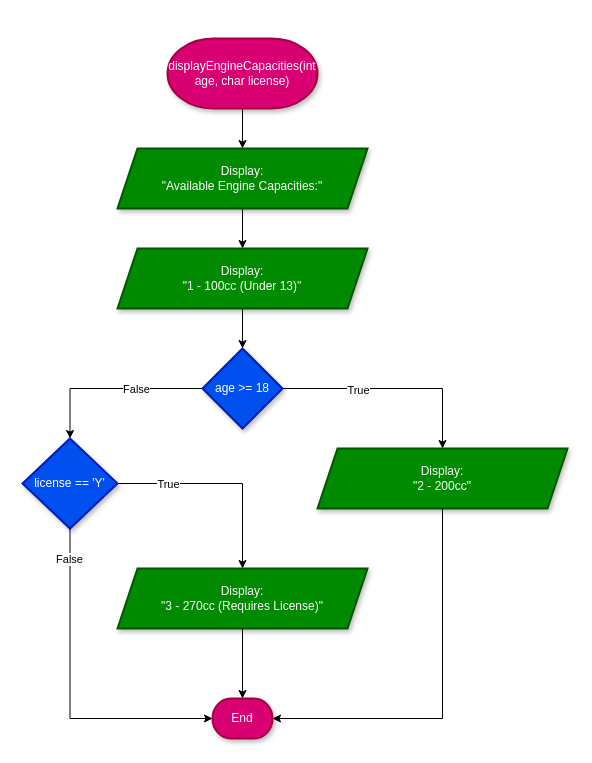
Before: Flowcharts (draw.io)/06. displayEngineCapacities.drawio in shahxvi/csc126-group-project, a draw.io diagram. Source tidied: cells renumbered, new cells numbered last; positions are measured from the earlier drawing's top-left corner, leaving out a move shared by most shapes. Both pictures are drawn from the tidied source at 100%, with x=0, y=0 at pixel (22, 38).
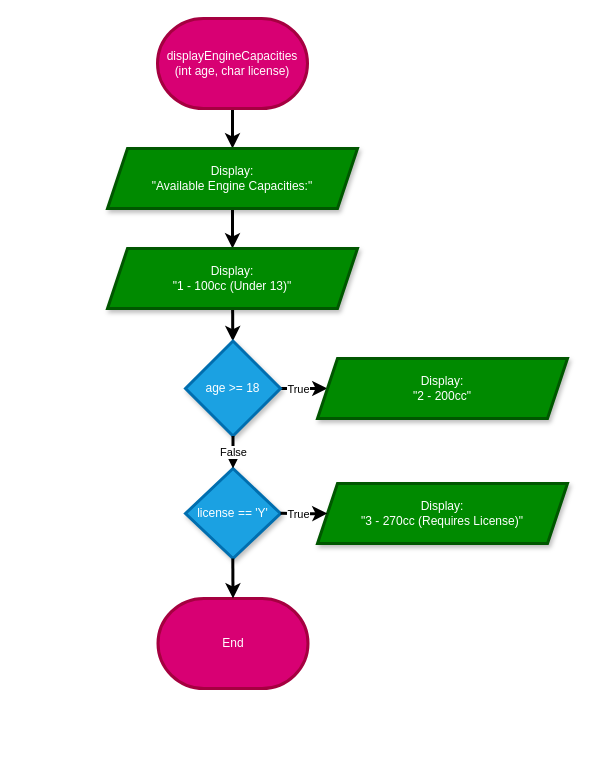
After the change.

Change to the diagram source:
```diff
@@
-    <mxCell id="2" style="edgeStyle=orthogonalEdgeStyle;rounded=0;jettySize=auto;html=1;" parent="1" edge="1" source="3" target="5">
-      <mxGeometry relative="1" as="geometry" />
+    <mxCell id="2" style="rounded=0;jettySize=auto;html=1;strokeWidth=3;" parent="1" edge="1" target="5">
+      <mxGeometry relative="1" as="geometry">
+        <mxPoint x="210" y="70" as="sourcePoint" />
+      </mxGeometry>
     </mxCell>
-    <mxCell id="3" value="displayEngineCapacities(int age, char license)" style="strokeWidth=2;html=1;shape=mxgraph.flowchart.terminator;whiteSpace=wrap;fillColor=#d80073;fontColor=#ffffff;strokeColor=#A50040;shadow=1;" parent="1" vertex="1">
-      <mxGeometry x="145" width="150" height="70" as="geometry" />
-    </mxCell>
-    <mxCell id="4" style="edgeStyle=orthogonalEdgeStyle;rounded=0;jettySize=auto;html=1;" parent="1" edge="1" source="5" target="7">
+    <mxCell id="4" style="edgeStyle=orthogonalEdgeStyle;rounded=0;jettySize=auto;html=1;strokeWidth=3;" parent="1" edge="1" source="5" target="7">
       <mxGeometry relative="1" as="geometry" />
     </mxCell>
-    <mxCell id="5" value="Display:&lt;div&gt;&quot;Available Engine Capacities:&quot;&lt;/div&gt;" style="shape=parallelogram;perimeter=parallelogramPerimeter;whiteSpace=wrap;html=1;fixedSize=1;fillColor=#008a00;strokeColor=#005700;fontColor=#ffffff;strokeWidth=2;shadow=1;" parent="1" vertex="1">
-      <mxGeometry x="95" y="110" width="250" height="60" as="geometry" />
+    <mxCell id="5" value="&lt;font style=&quot;color: rgb(255, 255, 255);&quot;&gt;Display:&lt;/font&gt;&lt;div&gt;&lt;font style=&quot;color: rgb(255, 255, 255);&quot;&gt;&quot;Available Engine Capacities:&quot;&lt;/font&gt;&lt;/div&gt;" style="shape=parallelogram;perimeter=parallelogramPerimeter;whiteSpace=wrap;html=1;fixedSize=1;fillColor=#008a00;strokeColor=#005700;fontColor=#ffffff;strokeWidth=3;shadow=1;" parent="1" vertex="1">
+      <mxGeometry x="85" y="110" width="250" height="60" as="geometry" />
     </mxCell>
-    <mxCell id="6" style="edgeStyle=orthogonalEdgeStyle;rounded=0;jettySize=auto;html=1;" parent="1" edge="1" source="7" target="12">
+    <mxCell id="6" style="rounded=0;jettySize=auto;html=1;strokeWidth=3;" parent="1" edge="1" source="7" target="12">
       <mxGeometry relative="1" as="geometry" />
     </mxCell>
-    <mxCell id="7" value="Display:&lt;div&gt;&quot;1 - 100cc (Under 13)&quot;&lt;/div&gt;" style="shape=parallelogram;perimeter=parallelogramPerimeter;whiteSpace=wrap;html=1;fixedSize=1;fillColor=#008a00;strokeColor=#005700;fontColor=#ffffff;strokeWidth=2;shadow=1;" parent="1" vertex="1">
-      <mxGeometry x="95" y="210" width="250" height="60" as="geometry" />
+    <mxCell id="7" value="&lt;font style=&quot;color: rgb(255, 255, 255);&quot;&gt;Display:&lt;/font&gt;&lt;div&gt;&lt;font style=&quot;color: rgb(255, 255, 255);&quot;&gt;&quot;1 - 100cc (Under 13)&quot;&lt;/font&gt;&lt;/div&gt;" style="shape=parallelogram;perimeter=parallelogramPerimeter;whiteSpace=wrap;html=1;fixedSize=1;fillColor=#008a00;strokeColor=#005700;fontColor=#ffffff;strokeWidth=3;shadow=1;" parent="1" vertex="1">
+      <mxGeometry x="85" y="210" width="250" height="60" as="geometry" />
     </mxCell>
-    <mxCell id="8" style="edgeStyle=orthogonalEdgeStyle;rounded=0;jettySize=auto;html=1;" parent="1" edge="1" source="12" target="13">
+    <mxCell id="8" style="edgeStyle=orthogonalEdgeStyle;rounded=0;jettySize=auto;html=1;strokeWidth=3;" parent="1" edge="1" source="12" target="13">
       <mxGeometry relative="1" as="geometry" />
     </mxCell>
     <mxCell id="9" value="True" style="edgeLabel;html=1;align=center;verticalAlign=middle;" parent="8" vertex="1">
       <mxGeometry x="-0.38" y="-1" relative="1" as="geometry">
-        <mxPoint x="7" as="offset" />
+        <mxPoint x="1" y="-1" as="offset" />
       </mxGeometry>
     </mxCell>
-    <mxCell id="10" style="edgeStyle=orthogonalEdgeStyle;rounded=0;jettySize=auto;html=1;" parent="1" edge="1" source="12" target="16">
-      <mxGeometry relative="1" as="geometry" />
-    </mxCell>
-    <mxCell id="11" value="False" style="edgeLabel;html=1;align=center;verticalAlign=middle;" parent="10" vertex="1">
-      <mxGeometry x="-0.22" y="4" relative="1" as="geometry">
-        <mxPoint x="4" y="-4" as="offset" />
-      </mxGeometry>
-    </mxCell>
-    <mxCell id="12" value="age &amp;gt;= 18" style="rhombus;whiteSpace=wrap;html=1;fillColor=#0050ef;strokeColor=#001DBC;fontColor=#ffffff;strokeWidth=2;shadow=1;" parent="1" vertex="1">
-      <mxGeometry x="180" y="310" width="80" height="80" as="geometry" />
+    <mxCell id="12" value="age &amp;gt;= 18" style="rhombus;whiteSpace=wrap;html=1;fillColor=#1ba1e2;strokeColor=#006EAF;fontColor=#ffffff;strokeWidth=3;shadow=1;" parent="1" vertex="1">
+      <mxGeometry x="163" y="302.5" width="95" height="95" as="geometry" />
     </mxCell>
-    <mxCell id="13" value="Display:&lt;div&gt;&quot;2 - 200cc&quot;&lt;/div&gt;" style="shape=parallelogram;perimeter=parallelogramPerimeter;whiteSpace=wrap;html=1;fixedSize=1;fillColor=#008a00;strokeColor=#005700;fontColor=#ffffff;strokeWidth=2;shadow=1;" parent="1" vertex="1">
-      <mxGeometry x="295" y="410" width="250" height="60" as="geometry" />
+    <mxCell id="13" value="&lt;font style=&quot;color: rgb(255, 255, 255);&quot;&gt;Display:&lt;/font&gt;&lt;div&gt;&lt;font style=&quot;color: rgb(255, 255, 255);&quot;&gt;&quot;2 - 200cc&quot;&lt;/font&gt;&lt;/div&gt;" style="shape=parallelogram;perimeter=parallelogramPerimeter;whiteSpace=wrap;html=1;fixedSize=1;fillColor=#008a00;strokeColor=#005700;fontColor=#ffffff;strokeWidth=3;shadow=1;" parent="1" vertex="1">
+      <mxGeometry x="295" y="320" width="250" height="60" as="geometry" />
     </mxCell>
-    <mxCell id="14" style="edgeStyle=orthogonalEdgeStyle;rounded=0;jettySize=auto;html=1;exitX=1;exitY=0.5;exitDx=0;exitDy=0;" parent="1" edge="1" source="16" target="17">
-      <mxGeometry relative="1" as="geometry" />
-    </mxCell>
-    <mxCell id="15" value="True" style="edgeLabel;html=1;align=center;verticalAlign=middle;" parent="14" vertex="1">
-      <mxGeometry x="-0.52" relative="1" as="geometry" />
-    </mxCell>
-    <mxCell id="16" value="license == 'Y'" style="rhombus;whiteSpace=wrap;html=1;fillColor=#0050ef;strokeColor=#001DBC;fontColor=#ffffff;strokeWidth=2;shadow=1;" parent="1" vertex="1">
-      <mxGeometry y="400" width="95" height="90" as="geometry" />
+    <mxCell id="16" value="license == 'Y'" style="rhombus;whiteSpace=wrap;html=1;fillColor=#1ba1e2;strokeColor=#006EAF;fontColor=#ffffff;strokeWidth=3;shadow=1;" parent="1" vertex="1">
+      <mxGeometry x="163" y="430" width="95" height="90" as="geometry" />
     </mxCell>
-    <mxCell id="17" value="Display:&lt;div&gt;&quot;3 - 270cc (Requires License)&quot;&lt;/div&gt;" style="shape=parallelogram;perimeter=parallelogramPerimeter;whiteSpace=wrap;html=1;fixedSize=1;fillColor=#008a00;strokeColor=#005700;fontColor=#ffffff;strokeWidth=2;shadow=1;" parent="1" vertex="1">
-      <mxGeometry x="95" y="530" width="250" height="60" as="geometry" />
+    <mxCell id="17" value="&lt;font style=&quot;color: rgb(255, 255, 255);&quot;&gt;Display:&lt;/font&gt;&lt;div&gt;&lt;font style=&quot;color: rgb(255, 255, 255);&quot;&gt;&quot;3 - 270cc (Requires License)&quot;&lt;/font&gt;&lt;/div&gt;" style="shape=parallelogram;perimeter=parallelogramPerimeter;whiteSpace=wrap;html=1;fixedSize=1;fillColor=#008a00;strokeColor=#005700;fontColor=#ffffff;strokeWidth=3;shadow=1;" parent="1" vertex="1">
+      <mxGeometry x="295" y="445" width="250" height="60" as="geometry" />
     </mxCell>
+    <mxCell id="23" value="&lt;span style=&quot;color: rgb(255, 255, 255);&quot;&gt;displayEngineCapacities&lt;br&gt;(int age, char license)&lt;/span&gt;" style="strokeWidth=3;html=1;shape=mxgraph.flowchart.terminator;whiteSpace=wrap;fillColor=#d80073;fontColor=#ffffff;strokeColor=#A50040;" parent="1" vertex="1">
+      <mxGeometry x="135" y="-20" width="150" height="90" as="geometry" />
+    </mxCell>
+    <mxCell id="24" style="edgeStyle=orthogonalEdgeStyle;rounded=0;orthogonalLoop=1;jettySize=auto;html=1;strokeWidth=3;" parent="1" edge="1">
+      <mxGeometry relative="1" as="geometry">
+        <mxPoint x="258" y="474.8" as="sourcePoint" />
+        <mxPoint x="305" y="475" as="targetPoint" />
+      </mxGeometry>
+    </mxCell>
+    <mxCell id="15" value="True" style="edgeLabel;html=1;align=center;verticalAlign=middle;" parent="24" vertex="1">
+      <mxGeometry x="-0.38" y="-1" relative="1" as="geometry">
+        <mxPoint x="3" y="-1" as="offset" />
+      </mxGeometry>
+    </mxCell>
+    <mxCell id="10" value="False" style="edgeStyle=none;jettySize=auto;html=1;exitX=0.5;exitY=1;exitDx=0;exitDy=0;entryX=0.5;entryY=0;entryDx=0;entryDy=0;strokeWidth=3;" parent="1" edge="1" source="12" target="16">
+      <mxGeometry relative="1" as="geometry" />
+    </mxCell>
-    <mxCell id="18" value="End" style="strokeWidth=2;html=1;shape=mxgraph.flowchart.terminator;whiteSpace=wrap;fillColor=#d80073;fontColor=#ffffff;strokeColor=#A50040;shadow=1;" parent="1" vertex="1">
-      <mxGeometry x="190" y="660" width="60" height="40" as="geometry" />
+    <mxCell id="18" value="End" style="strokeWidth=3;html=1;shape=mxgraph.flowchart.terminator;whiteSpace=wrap;fillColor=#d80073;fontColor=#ffffff;strokeColor=#A50040;" parent="1" vertex="1">
+      <mxGeometry x="135.5" y="560" width="150" height="90" as="geometry" />
     </mxCell>
-    <mxCell id="19" style="edgeStyle=orthogonalEdgeStyle;rounded=0;jettySize=auto;html=1;exitX=0.5;exitY=1;exitDx=0;exitDy=0;entryX=0;entryY=0.5;entryDx=0;entryDy=0;entryPerimeter=0;" parent="1" edge="1" source="16" target="18">
-      <mxGeometry relative="1" as="geometry" />
-    </mxCell>
-    <mxCell id="20" value="False" style="edgeLabel;html=1;align=center;verticalAlign=middle;" parent="19" vertex="1">
-      <mxGeometry x="-0.82" y="-1" relative="1" as="geometry" />
-    </mxCell>
-    <mxCell id="21" style="edgeStyle=orthogonalEdgeStyle;rounded=0;jettySize=auto;html=1;exitX=0.5;exitY=1;exitDx=0;exitDy=0;entryX=0.5;entryY=0;entryDx=0;entryDy=0;entryPerimeter=0;" parent="1" edge="1" source="17" target="18">
-      <mxGeometry relative="1" as="geometry" />
-    </mxCell>
-    <mxCell id="22" style="edgeStyle=orthogonalEdgeStyle;rounded=0;jettySize=auto;html=1;exitX=0.5;exitY=1;exitDx=0;exitDy=0;entryX=1;entryY=0.5;entryDx=0;entryDy=0;entryPerimeter=0;" parent="1" edge="1" source="13" target="18">
-      <mxGeometry relative="1" as="geometry" />
-    </mxCell>
+    <mxCell id="25" style="rounded=0;jettySize=auto;html=1;strokeWidth=3;entryX=0.5;entryY=0;entryDx=0;entryDy=0;entryPerimeter=0;" parent="1" edge="1" target="18">
+      <mxGeometry relative="1" as="geometry">
+        <mxPoint x="210.3" y="520" as="sourcePoint" />
+      </mxGeometry>
+    </mxCell>
```
